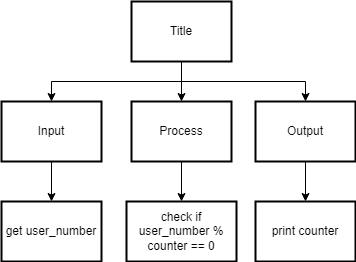
Before: drawio/topDownDesign/topDownDesign.png, a diagram exported from draw.io (Aidan-Lalonde-Novales/ICS3U-Assignment5-Python). Source tidied: cells renumbered, new cells last; positions are measured from the earlier drawing's top-left corner, leaving out a move shared by most shapes. Source of this version:
```xml
<mxGraphModel>
  <root>
    <mxCell id="0" />
    <mxCell id="1" parent="0" />
    <mxCell id="2" style="edgeStyle=none;rounded=0;html=1;exitX=0.5;exitY=1;exitDx=0;exitDy=0;entryX=0.5;entryY=0;entryDx=0;entryDy=0;" parent="1" edge="1" source="3" target="14">
      <mxGeometry relative="1" as="geometry" />
    </mxCell>
    <mxCell id="3" value="Process" style="rounded=0;whiteSpace=wrap;html=1;absoluteArcSize=1;arcSize=14;strokeWidth=2;" parent="1" vertex="1">
      <mxGeometry x="130" y="100" width="100" height="60" as="geometry" />
    </mxCell>
    <mxCell id="4" style="edgeStyle=none;html=1;exitX=0.5;exitY=1;exitDx=0;exitDy=0;entryX=0.5;entryY=0;entryDx=0;entryDy=0;rounded=0;" parent="1" edge="1" source="7" target="9">
      <mxGeometry relative="1" as="geometry">
        <Array as="points">
          <mxPoint x="180" y="80" />
          <mxPoint x="50" y="80" />
        </Array>
      </mxGeometry>
    </mxCell>
    <mxCell id="5" style="edgeStyle=none;rounded=0;html=1;exitX=0.5;exitY=1;exitDx=0;exitDy=0;entryX=0.5;entryY=0;entryDx=0;entryDy=0;" parent="1" edge="1" source="7" target="3">
      <mxGeometry relative="1" as="geometry" />
    </mxCell>
    <mxCell id="6" style="edgeStyle=none;rounded=0;html=1;exitX=0.5;exitY=1;exitDx=0;exitDy=0;entryX=0.5;entryY=0;entryDx=0;entryDy=0;" parent="1" edge="1" source="7" target="11">
      <mxGeometry relative="1" as="geometry">
        <Array as="points">
          <mxPoint x="180" y="80" />
          <mxPoint x="304" y="80" />
        </Array>
      </mxGeometry>
    </mxCell>
    <mxCell id="7" value="Title" style="rounded=0;whiteSpace=wrap;html=1;absoluteArcSize=1;arcSize=14;strokeWidth=2;" parent="1" vertex="1">
      <mxGeometry x="130" width="100" height="60" as="geometry" />
    </mxCell>
    <mxCell id="8" style="edgeStyle=none;rounded=0;html=1;exitX=0.5;exitY=1;exitDx=0;exitDy=0;entryX=0.5;entryY=0;entryDx=0;entryDy=0;" parent="1" edge="1" source="9" target="12">
      <mxGeometry relative="1" as="geometry" />
    </mxCell>
    <mxCell id="9" value="Input" style="rounded=0;whiteSpace=wrap;html=1;absoluteArcSize=1;arcSize=14;strokeWidth=2;" parent="1" vertex="1">
      <mxGeometry y="100" width="100" height="60" as="geometry" />
    </mxCell>
    <mxCell id="10" style="edgeStyle=none;rounded=0;html=1;entryX=0.5;entryY=0;entryDx=0;entryDy=0;" parent="1" edge="1" source="11" target="13">
      <mxGeometry relative="1" as="geometry" />
    </mxCell>
    <mxCell id="11" value="Output" style="rounded=0;whiteSpace=wrap;html=1;absoluteArcSize=1;arcSize=14;strokeWidth=2;" parent="1" vertex="1">
      <mxGeometry x="254" y="100" width="100" height="60" as="geometry" />
    </mxCell>
    <mxCell id="12" value="get user_number" style="rounded=0;whiteSpace=wrap;html=1;absoluteArcSize=1;arcSize=14;strokeWidth=2;" parent="1" vertex="1">
      <mxGeometry y="200" width="100" height="60" as="geometry" />
    </mxCell>
    <mxCell id="13" value="print counter" style="rounded=0;whiteSpace=wrap;html=1;absoluteArcSize=1;arcSize=14;strokeWidth=2;" parent="1" vertex="1">
      <mxGeometry x="254" y="200" width="100" height="60" as="geometry" />
    </mxCell>
    <mxCell id="14" value="check if user_number % counter == 0" style="rounded=0;whiteSpace=wrap;html=1;absoluteArcSize=1;arcSize=14;strokeWidth=2;" parent="1" vertex="1">
      <mxGeometry x="125" y="200" width="110" height="60" as="geometry" />
    </mxCell>
  </root>
</mxGraphModel>
```
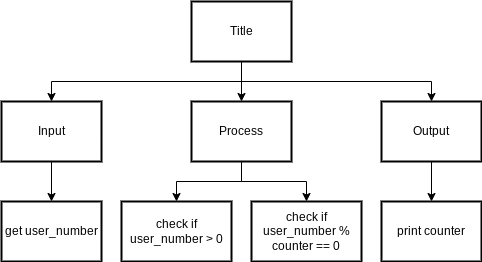
After the commit.

The edit, as a diff of the source:
```diff
@@ -3,8 +3,21 @@
     <mxCell id="0" />
     <mxCell id="1" parent="0" />
     <mxCell id="2" style="edgeStyle=none;rounded=0;html=1;exitX=0.5;exitY=1;exitDx=0;exitDy=0;entryX=0.5;entryY=0;entryDx=0;entryDy=0;" parent="1" edge="1" source="3" target="14">
-      <mxGeometry relative="1" as="geometry" />
+      <mxGeometry relative="1" as="geometry">
+        <Array as="points">
+          <mxPoint x="180" y="180" />
+          <mxPoint x="245" y="180" />
+        </Array>
+      </mxGeometry>
     </mxCell>
+    <mxCell id="15" style="edgeStyle=none;html=1;exitX=0.5;exitY=1;exitDx=0;exitDy=0;entryX=0.5;entryY=0;entryDx=0;entryDy=0;rounded=0;" parent="1" edge="1" source="3" target="16">
+      <mxGeometry relative="1" as="geometry">
+        <Array as="points">
+          <mxPoint x="180" y="180" />
+          <mxPoint x="115" y="180" />
+        </Array>
+      </mxGeometry>
+    </mxCell>
     <mxCell id="3" value="Process" style="rounded=0;whiteSpace=wrap;html=1;absoluteArcSize=1;arcSize=14;strokeWidth=2;" parent="1" vertex="1">
       <mxGeometry x="130" y="100" width="100" height="60" as="geometry" />
     </mxCell>
@@ -12,7 +25,7 @@
       <mxGeometry relative="1" as="geometry">
         <Array as="points">
           <mxPoint x="180" y="80" />
-          <mxPoint x="50" y="80" />
+          <mxPoint x="-10" y="80" />
         </Array>
       </mxGeometry>
     </mxCell>
@@ -23,7 +36,7 @@
       <mxGeometry relative="1" as="geometry">
         <Array as="points">
           <mxPoint x="180" y="80" />
-          <mxPoint x="304" y="80" />
+          <mxPoint x="370" y="80" />
         </Array>
       </mxGeometry>
     </mxCell>
@@ -34,22 +47,25 @@
       <mxGeometry relative="1" as="geometry" />
     </mxCell>
     <mxCell id="9" value="Input" style="rounded=0;whiteSpace=wrap;html=1;absoluteArcSize=1;arcSize=14;strokeWidth=2;" parent="1" vertex="1">
-      <mxGeometry y="100" width="100" height="60" as="geometry" />
+      <mxGeometry x="-60" y="100" width="100" height="60" as="geometry" />
     </mxCell>
     <mxCell id="10" style="edgeStyle=none;rounded=0;html=1;entryX=0.5;entryY=0;entryDx=0;entryDy=0;" parent="1" edge="1" source="11" target="13">
       <mxGeometry relative="1" as="geometry" />
     </mxCell>
     <mxCell id="11" value="Output" style="rounded=0;whiteSpace=wrap;html=1;absoluteArcSize=1;arcSize=14;strokeWidth=2;" parent="1" vertex="1">
-      <mxGeometry x="254" y="100" width="100" height="60" as="geometry" />
+      <mxGeometry x="320" y="100" width="100" height="60" as="geometry" />
     </mxCell>
     <mxCell id="12" value="get user_number" style="rounded=0;whiteSpace=wrap;html=1;absoluteArcSize=1;arcSize=14;strokeWidth=2;" parent="1" vertex="1">
-      <mxGeometry y="200" width="100" height="60" as="geometry" />
+      <mxGeometry x="-60" y="200" width="100" height="60" as="geometry" />
     </mxCell>
     <mxCell id="13" value="print counter" style="rounded=0;whiteSpace=wrap;html=1;absoluteArcSize=1;arcSize=14;strokeWidth=2;" parent="1" vertex="1">
-      <mxGeometry x="254" y="200" width="100" height="60" as="geometry" />
+      <mxGeometry x="320" y="200" width="100" height="60" as="geometry" />
     </mxCell>
     <mxCell id="14" value="check if user_number % counter == 0" style="rounded=0;whiteSpace=wrap;html=1;absoluteArcSize=1;arcSize=14;strokeWidth=2;" parent="1" vertex="1">
-      <mxGeometry x="125" y="200" width="110" height="60" as="geometry" />
+      <mxGeometry x="190" y="200" width="110" height="60" as="geometry" />
     </mxCell>
+    <mxCell id="16" value="check if user_number &amp;gt; 0" style="rounded=0;whiteSpace=wrap;html=1;absoluteArcSize=1;arcSize=14;strokeWidth=2;" parent="1" vertex="1">
+      <mxGeometry x="60" y="200" width="110" height="60" as="geometry" />
+    </mxCell>
   </root>
 </mxGraphModel>
```
